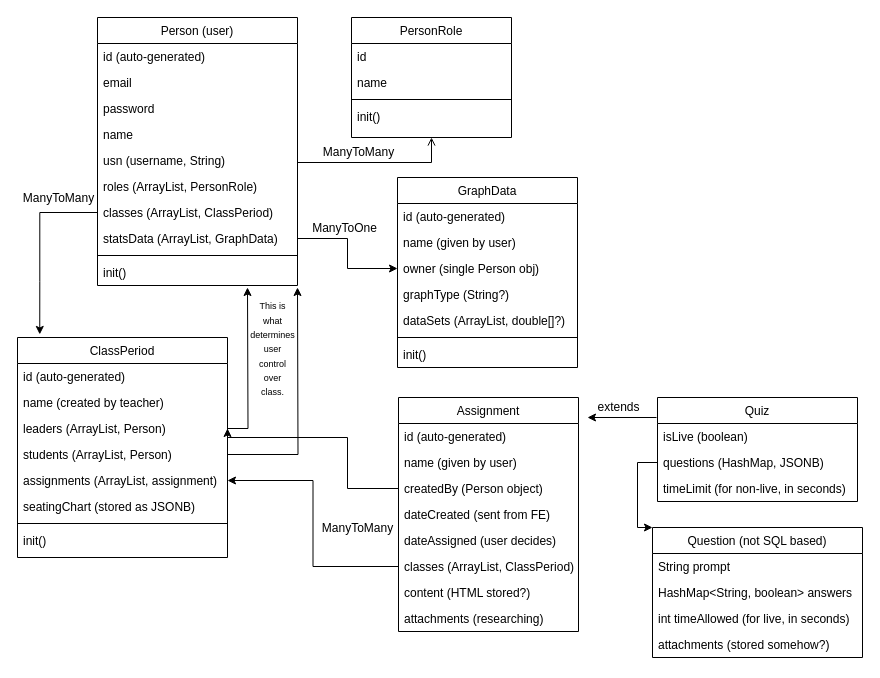
The draw.io diagram assets/updated_functionality.drawio in John-sCC/jcc_frontend, before the edit. Source tidied: cells renumbered, new cells numbered last; positions are measured from the earlier drawing's top-left corner, leaving out a move shared by most shapes. Both pictures are drawn from the tidied source at 100%, with x=0, y=0 at pixel (17, 17).
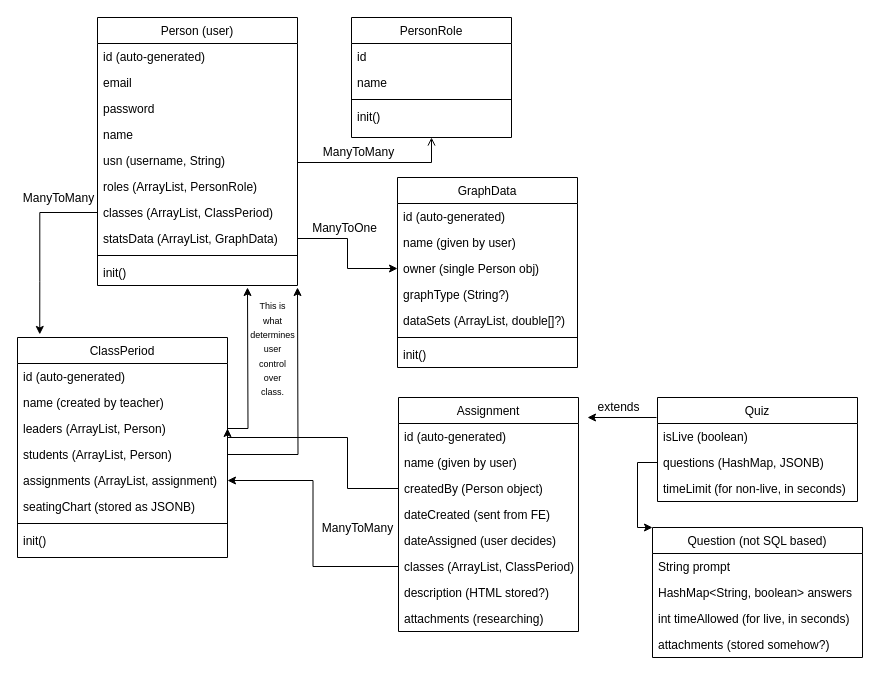
The same page after the edit.

Unchanged cells that the change refers to:
```xml
<mxCell id="44" value="Assignment" style="swimlane;fontStyle=0;align=center;verticalAlign=top;horizontal=1;startSize=26;rounded=0;shadow=0;strokeWidth=1;" parent="1" vertex="1">
  <mxGeometry x="381" y="380" width="180" height="234" as="geometry" />
</mxCell>
```

What changed in the source:
```diff
@@
-    <mxCell id="51" value="content (HTML stored?)" style="text;align=left;verticalAlign=top;spacingLeft=4;spacingRight=4;overflow=hidden;" parent="44" vertex="1">
+    <mxCell id="51" value="description (HTML stored?)" style="text;align=left;verticalAlign=top;spacingLeft=4;spacingRight=4;overflow=hidden;" parent="44" vertex="1">
       <mxGeometry y="182" width="180" height="26" as="geometry" />
     </mxCell>
```
